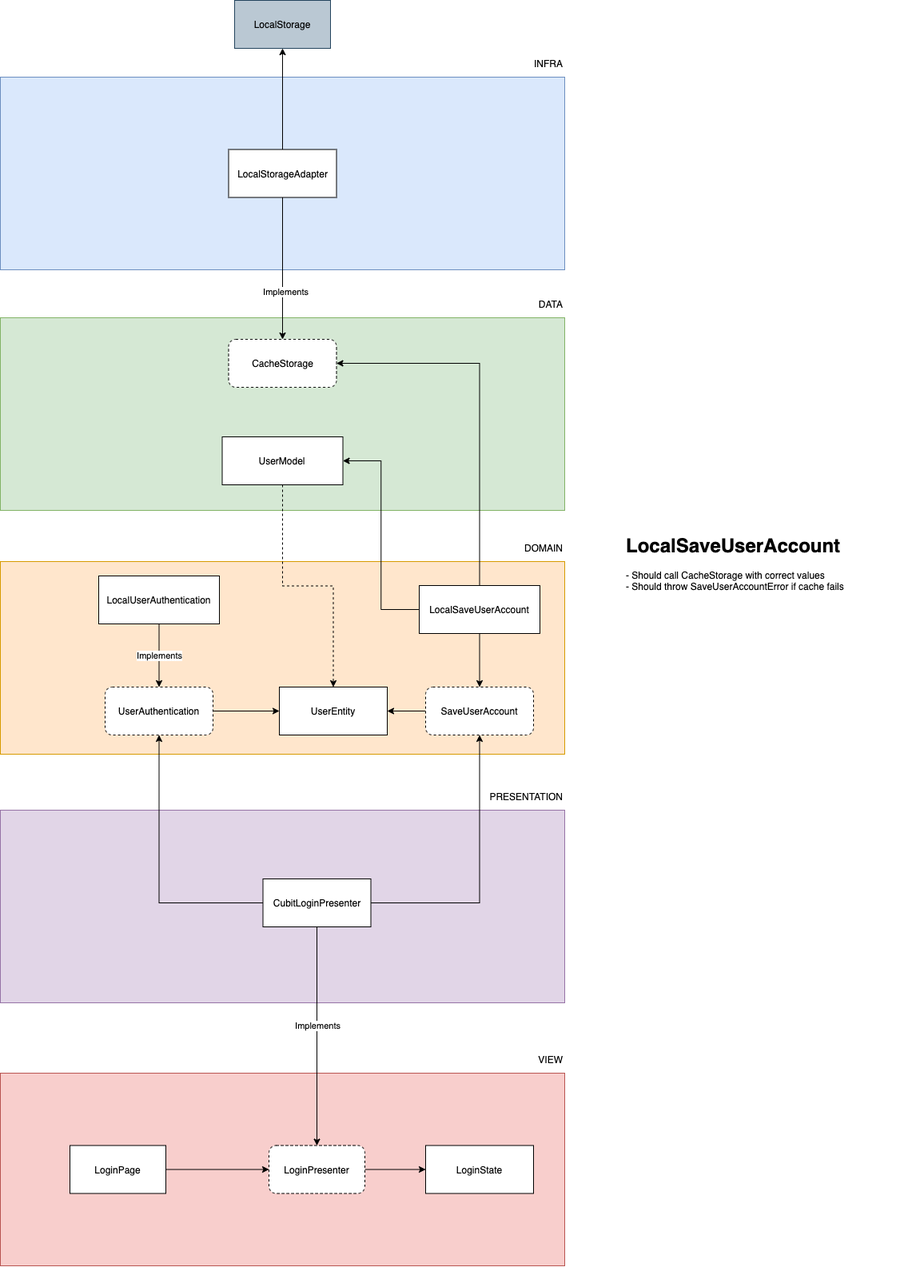
emersonsiega/grocery_store_app keeps this draw.io diagram as architecture.png. Above is the earlier version. Source tidied: cells renumbered, new cells last; positions are measured from the earlier drawing's top-left corner, leaving out a move shared by most shapes.
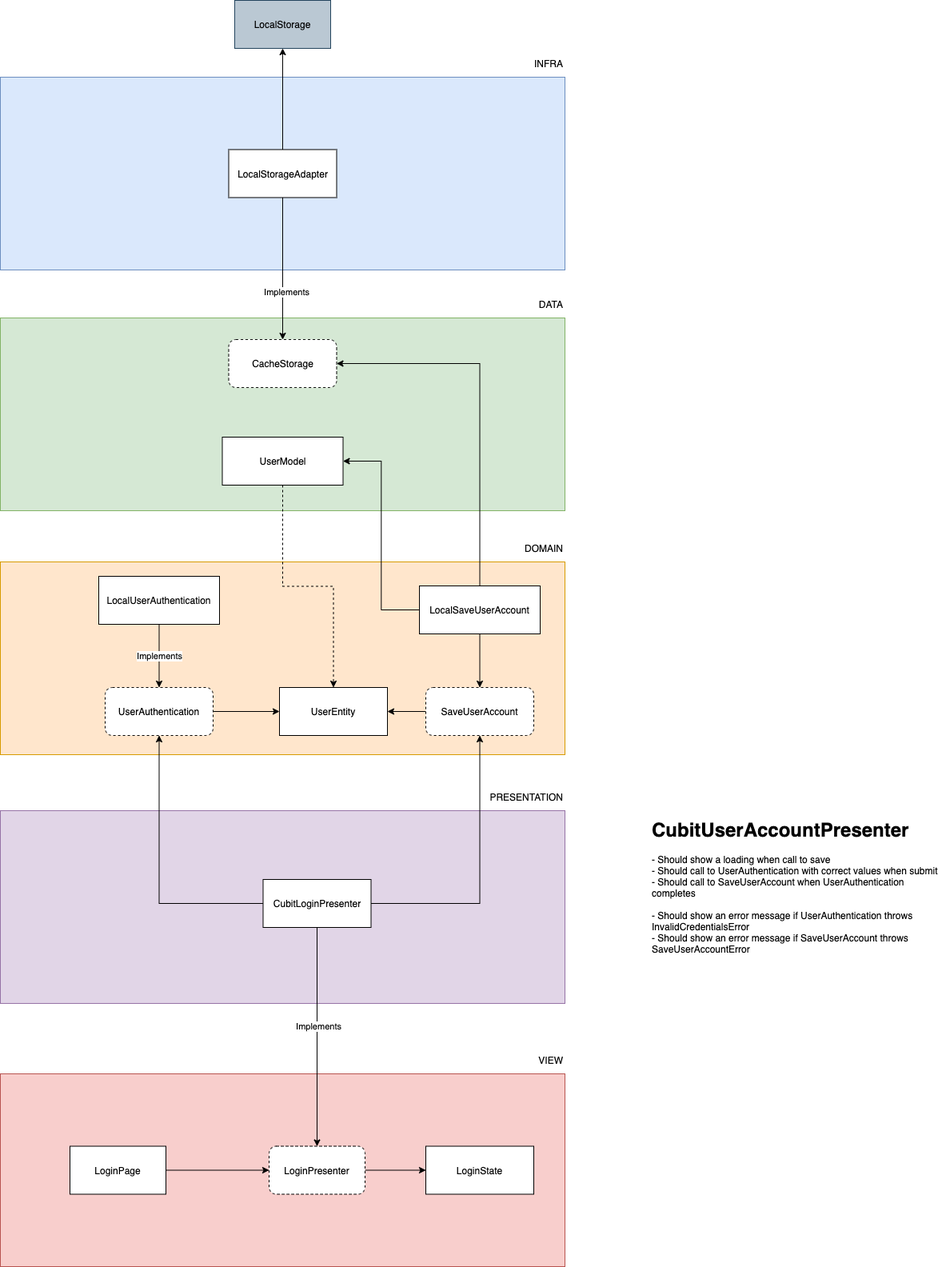
The same file after the commit.

The edit, as a diff of the source:
```diff
@@ -126,8 +126,8 @@
     <mxCell id="41" value="LocalSaveUserAccount" style="rounded=0;whiteSpace=wrap;html=1;fillColor=default;align=center;" parent="1" vertex="1">
       <mxGeometry x="524" y="732" width="151" height="60" as="geometry" />
     </mxCell>
-    <mxCell id="42" value="&lt;h1&gt;LocalSaveUserAccount&lt;/h1&gt;&lt;p&gt;- Should call CacheStorage with correct values&lt;br&gt;- Should throw SaveUserAccountError if cache fails&lt;/p&gt;" style="text;html=1;strokeColor=none;fillColor=none;spacing=5;spacingTop=-20;whiteSpace=wrap;overflow=hidden;rounded=0;dashed=1;align=left;" parent="1" vertex="1">
-      <mxGeometry x="778" y="663" width="377" height="208" as="geometry" />
+    <mxCell id="42" value="&lt;h1&gt;CubitUserAccountPresenter&lt;/h1&gt;&lt;p&gt;- Should show a loading when call to save&lt;br&gt;- Should call to UserAuthentication with correct values when submit&lt;br&gt;- Should call to SaveUserAccount when UserAuthentication completes&lt;br&gt;&lt;br&gt;- Should show an error message if UserAuthentication throws InvalidCredentialsError&lt;br&gt;- Should show an error message if SaveUserAccount throws SaveUserAccountError&lt;/p&gt;" style="text;html=1;strokeColor=none;fillColor=none;spacing=5;spacingTop=-20;whiteSpace=wrap;overflow=hidden;rounded=0;dashed=1;align=left;" parent="1" vertex="1">
+      <mxGeometry x="810" y="1018" width="377" height="208" as="geometry" />
     </mxCell>
   </root>
 </mxGraphModel>
```
